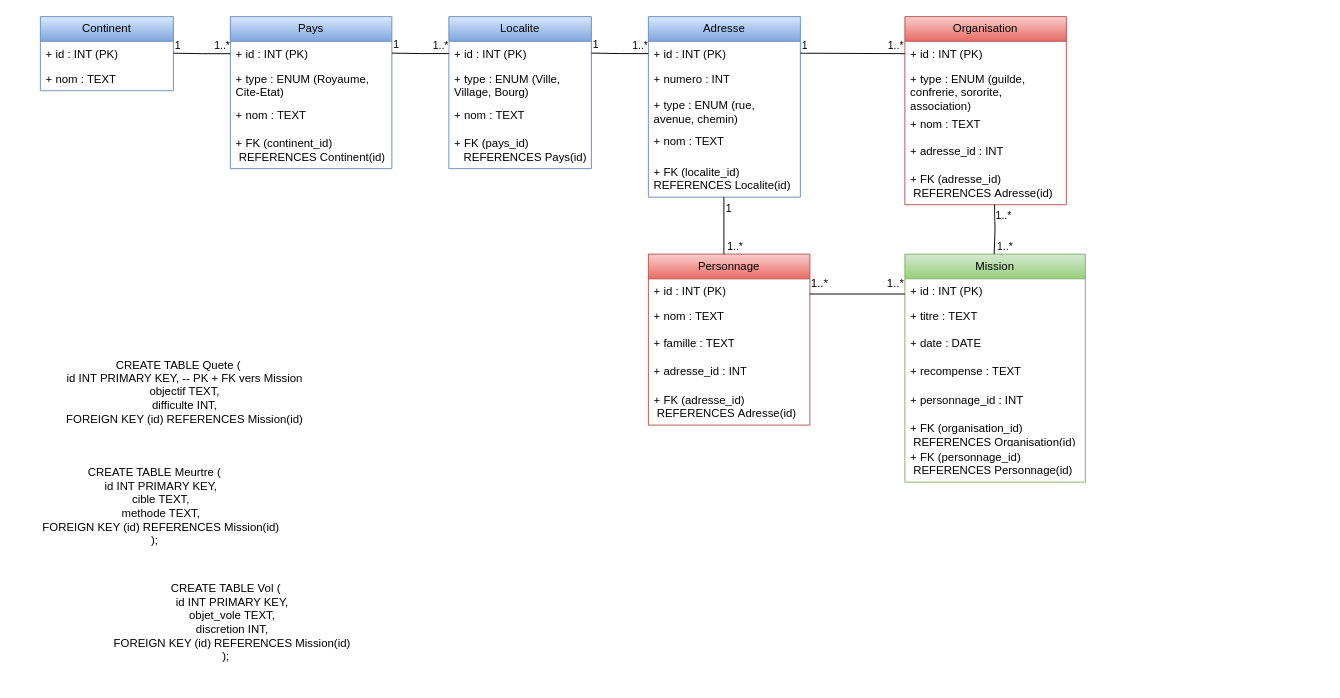
Before: FanstasyBDD.drawio in seti-laika/BDD, a draw.io diagram. Source tidied: cells renumbered, new cells numbered last; positions are measured from the earlier drawing's top-left corner, leaving out a move shared by most shapes. Both pictures are drawn from the tidied source at 95%, with x=0, y=0 at pixel (16, 16).
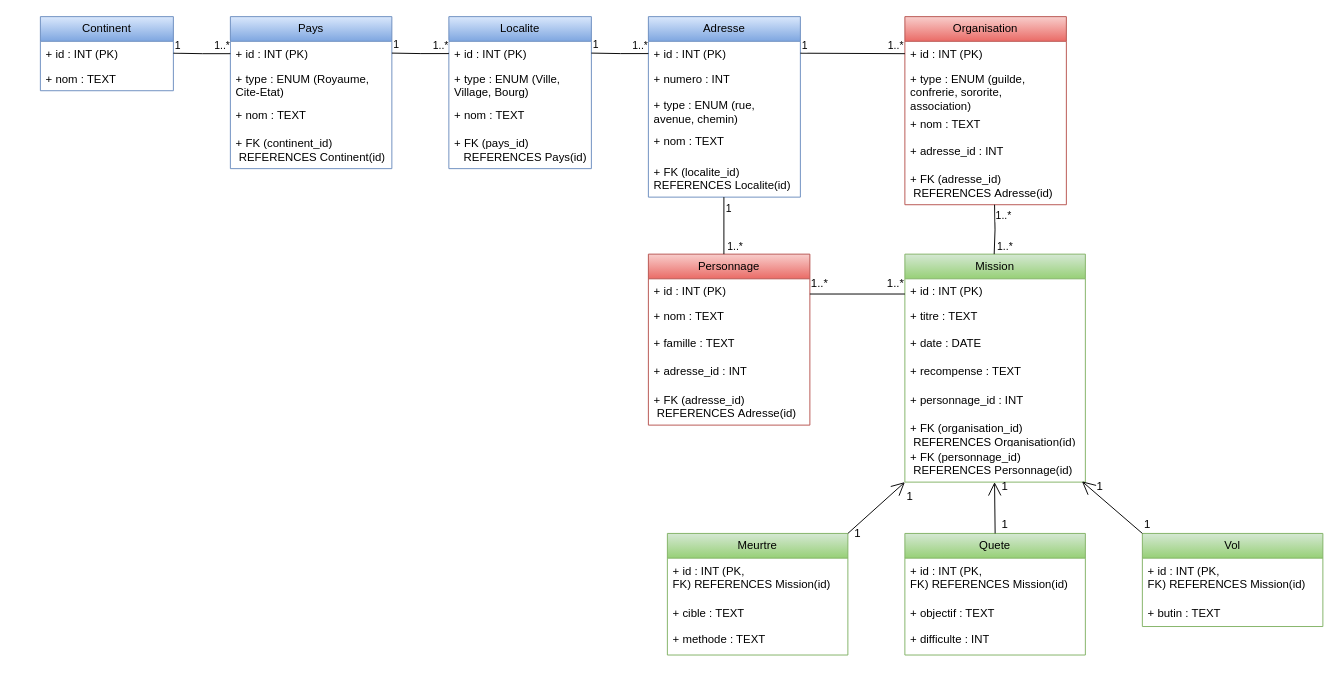
The same page after the edit.

Commit message:
Mettre à jour FanstasyBDD.drawio

Unchanged cells that the change refers to:
```xml
<mxCell id="55" value="+ FK (personnage_id)&amp;nbsp;&lt;div&gt;&amp;nbsp;&lt;span style=&quot;background-color: transparent; color: light-dark(rgb(0, 0, 0), rgb(255, 255, 255));&quot;&gt;REFERENCES&amp;nbsp;&lt;/span&gt;&lt;span style=&quot;background-color: transparent; color: light-dark(rgb(0, 0, 0), rgb(255, 255, 255));&quot;&gt;Personnage(id)&lt;/span&gt;&lt;/div&gt;" style="text;strokeColor=none;fillColor=none;align=left;verticalAlign=top;spacingLeft=4;spacingRight=4;overflow=hidden;points=[[0,0.5],[1,0.5]];portConstraint=eastwest;whiteSpace=wrap;html=1;" parent="48" vertex="1">
  <mxGeometry y="200" width="190" height="40" as="geometry" />
</mxCell>
```

The edit, as a diff of the source:
```diff
@@
-    <mxCell id="62" value="&lt;div&gt;CREATE TABLE Quete (&lt;/div&gt;&lt;div&gt;&amp;nbsp; &amp;nbsp; id INT PRIMARY KEY, -- PK + FK vers Mission&lt;/div&gt;&lt;div&gt;&amp;nbsp; &amp;nbsp; objectif TEXT,&lt;/div&gt;&lt;div&gt;&amp;nbsp; &amp;nbsp; difficulte INT,&lt;/div&gt;&lt;div&gt;&amp;nbsp; &amp;nbsp; FOREIGN KEY (id) REFERENCES Mission(id)&lt;/div&gt;" style="text;html=1;align=center;verticalAlign=middle;strokeColor=none;fillColor=none;" parent="1" vertex="1">
-      <mxGeometry x="25" y="350" width="290" height="90" as="geometry" />
-    </mxCell>
-    <mxCell id="63" value="&lt;div&gt;CREATE TABLE Meurtre (&lt;/div&gt;&lt;div&gt;&amp;nbsp; &amp;nbsp; id INT PRIMARY KEY,&lt;/div&gt;&lt;div&gt;&amp;nbsp; &amp;nbsp; cible TEXT,&lt;/div&gt;&lt;div&gt;&amp;nbsp; &amp;nbsp; methode TEXT,&lt;/div&gt;&lt;div&gt;&amp;nbsp; &amp;nbsp; FOREIGN KEY (id) REFERENCES Mission(id)&lt;/div&gt;&lt;div&gt;);&lt;/div&gt;&lt;div&gt;&lt;br&gt;&lt;/div&gt;" style="text;html=1;align=center;verticalAlign=middle;strokeColor=none;fillColor=none;" parent="1" vertex="1">
-      <mxGeometry y="468" width="290" height="110" as="geometry" />
-    </mxCell>
-    <mxCell id="64" value="&lt;div&gt;CREATE TABLE Vol (&lt;/div&gt;&lt;div&gt;&amp;nbsp; &amp;nbsp; id INT PRIMARY KEY,&lt;/div&gt;&lt;div&gt;&amp;nbsp; &amp;nbsp; objet_vole TEXT,&lt;/div&gt;&lt;div&gt;&amp;nbsp; &amp;nbsp; discretion INT,&lt;/div&gt;&lt;div&gt;&amp;nbsp; &amp;nbsp; FOREIGN KEY (id) REFERENCES Mission(id)&lt;/div&gt;&lt;div&gt;);&lt;/div&gt;&lt;div&gt;&lt;br&gt;&lt;/div&gt;" style="text;html=1;align=center;verticalAlign=middle;strokeColor=none;fillColor=none;" parent="1" vertex="1">
-      <mxGeometry x="75" y="590" width="290" height="110" as="geometry" />
-    </mxCell>
+    <mxCell id="65" value="Quete" style="swimlane;fontStyle=0;horizontal=1;startSize=26;fillColor=#d5e8d4;whiteSpace=wrap;html=1;strokeColor=#82b366;gradientColor=#97d077;" parent="1" vertex="1">
+      <mxGeometry x="935" y="544" width="190" height="128" as="geometry" />
+    </mxCell>
+    <mxCell id="66" value="+ id : INT (PK, FK)&amp;nbsp;&lt;span style=&quot;color: light-dark(rgb(0, 0, 0), rgb(255, 255, 255)); background-color: transparent;&quot;&gt;REFERENCES&amp;nbsp;&lt;/span&gt;&lt;span style=&quot;color: light-dark(rgb(0, 0, 0), rgb(255, 255, 255)); background-color: transparent;&quot;&gt;Mission(id)&lt;/span&gt;" style="text;strokeColor=none;fillColor=none;align=left;verticalAlign=top;spacingLeft=4;spacingRight=4;overflow=hidden;whiteSpace=wrap;html=1;" parent="65" vertex="1">
+      <mxGeometry y="26" width="190" height="44" as="geometry" />
+    </mxCell>
+    <mxCell id="67" value="+ objectif : TEXT" style="text;strokeColor=none;fillColor=none;align=left;verticalAlign=top;spacingLeft=4;spacingRight=4;overflow=hidden;whiteSpace=wrap;html=1;" parent="65" vertex="1">
+      <mxGeometry y="70" width="190" height="28" as="geometry" />
+    </mxCell>
+    <mxCell id="68" value="+ difficulte : INT" style="text;strokeColor=none;fillColor=none;align=left;verticalAlign=top;spacingLeft=4;spacingRight=4;overflow=hidden;whiteSpace=wrap;html=1;" parent="65" vertex="1">
+      <mxGeometry y="98" width="190" height="30" as="geometry" />
+    </mxCell>
+    <mxCell id="69" style="endArrow=open;endFill=1;endSize=12;html=1;rounded=0;exitX=0.5;exitY=0;exitDx=0;exitDy=0;" parent="1" edge="1" source="65">
+      <mxGeometry relative="1" as="geometry">
+        <mxPoint x="1029.4" y="490" as="targetPoint" />
+      </mxGeometry>
+    </mxCell>
+    <mxCell id="70" value="1" style="text;html=1;align=center;verticalAlign=middle;strokeColor=none;fillColor=none;" parent="1" vertex="1">
+      <mxGeometry x="1025" y="480" width="30" height="30" as="geometry" />
+    </mxCell>
+    <mxCell id="71" value="1" style="text;html=1;align=center;verticalAlign=middle;strokeColor=none;fillColor=none;" parent="1" vertex="1">
+      <mxGeometry x="945" y="520" width="190" height="30" as="geometry" />
+    </mxCell>
+    <mxCell id="72" value="Meurtre" style="swimlane;fontStyle=0;horizontal=1;startSize=26;fillColor=#d5e8d4;whiteSpace=wrap;html=1;strokeColor=#82b366;gradientColor=#97d077;" parent="1" vertex="1">
+      <mxGeometry x="685" y="544" width="190" height="128" as="geometry" />
+    </mxCell>
+    <mxCell id="73" value="+ id : INT (PK, FK)&amp;nbsp;&lt;span style=&quot;color: light-dark(rgb(0, 0, 0), rgb(255, 255, 255)); background-color: transparent;&quot;&gt;REFERENCES&amp;nbsp;&lt;/span&gt;&lt;span style=&quot;color: light-dark(rgb(0, 0, 0), rgb(255, 255, 255)); background-color: transparent;&quot;&gt;Mission(id)&lt;/span&gt;" style="text;strokeColor=none;fillColor=none;align=left;verticalAlign=top;spacingLeft=4;spacingRight=4;overflow=hidden;whiteSpace=wrap;html=1;" parent="72" vertex="1">
+      <mxGeometry y="26" width="190" height="44" as="geometry" />
+    </mxCell>
+    <mxCell id="74" value="+ cible : TEXT" style="text;strokeColor=none;fillColor=none;align=left;verticalAlign=top;spacingLeft=4;spacingRight=4;overflow=hidden;whiteSpace=wrap;html=1;" parent="72" vertex="1">
+      <mxGeometry y="70" width="190" height="28" as="geometry" />
+    </mxCell>
+    <mxCell id="75" value="+ methode : TEXT" style="text;strokeColor=none;fillColor=none;align=left;verticalAlign=top;spacingLeft=4;spacingRight=4;overflow=hidden;whiteSpace=wrap;html=1;" parent="72" vertex="1">
+      <mxGeometry y="98" width="190" height="30" as="geometry" />
+    </mxCell>
+    <mxCell id="76" value="Vol" style="swimlane;fontStyle=0;horizontal=1;startSize=26;fillColor=#d5e8d4;whiteSpace=wrap;html=1;strokeColor=#82b366;gradientColor=#97d077;" parent="1" vertex="1">
+      <mxGeometry x="1185" y="544" width="190" height="98" as="geometry" />
+    </mxCell>
+    <mxCell id="77" value="+ id : INT (PK, FK)&amp;nbsp;&lt;span style=&quot;color: light-dark(rgb(0, 0, 0), rgb(255, 255, 255)); background-color: transparent;&quot;&gt;REFERENCES&amp;nbsp;&lt;/span&gt;&lt;span style=&quot;color: light-dark(rgb(0, 0, 0), rgb(255, 255, 255)); background-color: transparent;&quot;&gt;Mission(id)&lt;/span&gt;" style="text;strokeColor=none;fillColor=none;align=left;verticalAlign=top;spacingLeft=4;spacingRight=4;overflow=hidden;whiteSpace=wrap;html=1;" parent="76" vertex="1">
+      <mxGeometry y="26" width="190" height="44" as="geometry" />
+    </mxCell>
+    <mxCell id="78" value="+ butin : TEXT" style="text;strokeColor=none;fillColor=none;align=left;verticalAlign=top;spacingLeft=4;spacingRight=4;overflow=hidden;whiteSpace=wrap;html=1;" parent="76" vertex="1">
+      <mxGeometry y="70" width="190" height="28" as="geometry" />
+    </mxCell>
+    <mxCell id="79" style="endArrow=open;endFill=1;endSize=12;html=1;rounded=0;exitX=0;exitY=0;exitDx=0;exitDy=0;entryX=0.981;entryY=0.979;entryDx=0;entryDy=0;entryPerimeter=0;" parent="1" edge="1" source="76" target="55">
+      <mxGeometry relative="1" as="geometry" />
+    </mxCell>
+    <mxCell id="80" style="endArrow=open;endFill=1;endSize=12;html=1;rounded=0;exitX=1;exitY=0;exitDx=0;exitDy=0;" parent="1" edge="1" source="72">
+      <mxGeometry relative="1" as="geometry">
+        <mxPoint x="935" y="490" as="targetPoint" />
+      </mxGeometry>
+    </mxCell>
+    <mxCell id="81" value="1" style="text;html=1;align=center;verticalAlign=middle;strokeColor=none;fillColor=none;" parent="1" vertex="1">
+      <mxGeometry x="925" y="490" width="30" height="30" as="geometry" />
+    </mxCell>
+    <mxCell id="82" value="1" style="text;html=1;align=center;verticalAlign=middle;strokeColor=none;fillColor=none;" parent="1" vertex="1">
+      <mxGeometry x="870" y="529" width="30" height="30" as="geometry" />
+    </mxCell>
+    <mxCell id="83" value="1" style="text;html=1;align=center;verticalAlign=middle;strokeColor=none;fillColor=none;" parent="1" vertex="1">
+      <mxGeometry x="1125" y="480" width="30" height="30" as="geometry" />
+    </mxCell>
+    <mxCell id="84" value="1" style="text;html=1;align=center;verticalAlign=middle;strokeColor=none;fillColor=none;rotation=0;" parent="1" vertex="1">
+      <mxGeometry x="1175" y="520" width="30" height="30" as="geometry" />
+    </mxCell>
```
